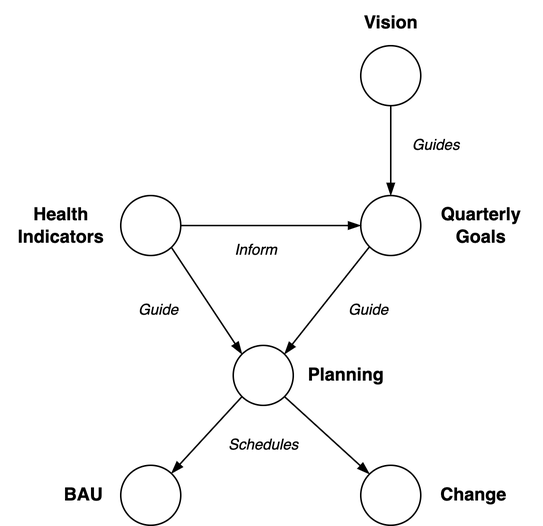
Before: img/goals-to-plans.png, a diagram exported from draw.io (voschezang/coding-handbook). Source tidied: cells renumbered, new cells last; positions are measured from the earlier drawing's top-left corner, leaving out a move shared by most shapes.
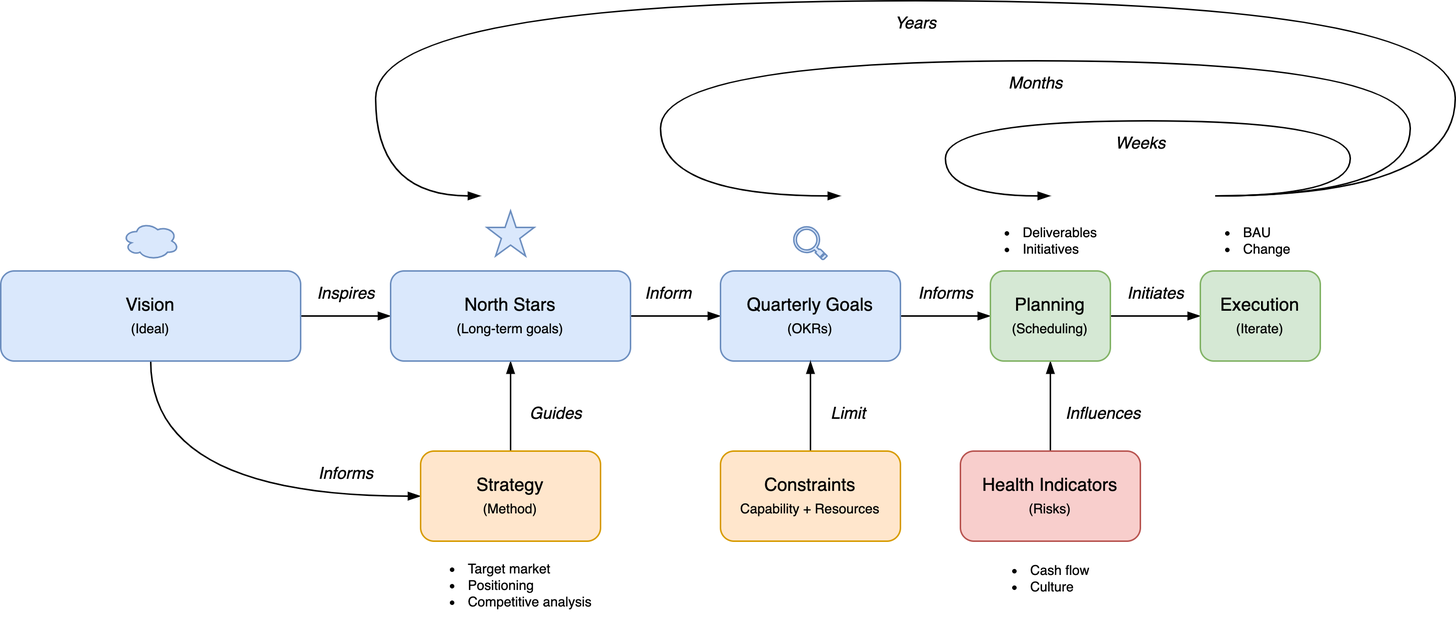
Later version of the same file.

What changed in the source:
```diff
@@ -2,74 +2,143 @@
   <root>
     <mxCell id="0" />
     <mxCell id="1" parent="0" />
-    <mxCell id="2" style="edgeStyle=orthogonalEdgeStyle;rounded=0;jettySize=auto;html=1;exitX=0.5;exitY=1;exitDx=0;exitDy=0;entryX=0.5;entryY=0;entryDx=0;entryDy=0;endArrow=blockThin;endFill=1;" parent="1" edge="1" source="3" target="5">
+    <mxCell id="2" style="edgeStyle=orthogonalEdgeStyle;shape=connector;rounded=0;jettySize=auto;html=1;exitX=1;exitY=0.5;exitDx=0;exitDy=0;entryX=0;entryY=0.5;entryDx=0;entryDy=0;labelBackgroundColor=default;strokeColor=default;fontFamily=Helvetica;fontSize=11;fontColor=default;endArrow=blockThin;endFill=1;" parent="1" edge="1" source="4" target="8">
       <mxGeometry relative="1" as="geometry" />
     </mxCell>
-    <mxCell id="3" style="ellipse;whiteSpace=wrap;html=1;" parent="1" vertex="1">
-      <mxGeometry x="240" y="30" width="40" height="40" as="geometry" />
+    <mxCell id="3" style="edgeStyle=orthogonalEdgeStyle;shape=connector;rounded=0;jettySize=auto;html=1;exitX=0.5;exitY=1;exitDx=0;exitDy=0;entryX=0;entryY=0.5;entryDx=0;entryDy=0;labelBackgroundColor=default;strokeColor=default;fontFamily=Helvetica;fontSize=11;fontColor=default;endArrow=blockThin;endFill=1;curved=1;" parent="1" edge="1" source="4" target="6">
+      <mxGeometry relative="1" as="geometry" />
     </mxCell>
-    <mxCell id="4" value="Vision" style="text;html=1;align=center;verticalAlign=middle;points=[];strokeColor=none;fillColor=none;fontStyle=1;" parent="1" vertex="1">
-      <mxGeometry x="230" width="60" height="30" as="geometry" />
+    <mxCell id="4" value="Vision&lt;br&gt;&lt;font style=&quot;font-size: 9px;&quot;&gt;(Ideal)&lt;/font&gt;" style="rounded=1;whiteSpace=wrap;html=1;fillColor=#dae8fc;strokeColor=#6c8ebf;" parent="1" vertex="1">
+      <mxGeometry x="-80" y="630" width="200" height="60" as="geometry" />
     </mxCell>
-    <mxCell id="5" style="ellipse;whiteSpace=wrap;html=1;" parent="1" vertex="1">
-      <mxGeometry x="240" y="130" width="40" height="40" as="geometry" />
+    <mxCell id="5" style="edgeStyle=orthogonalEdgeStyle;shape=connector;rounded=0;jettySize=auto;html=1;exitX=0.5;exitY=0;exitDx=0;exitDy=0;entryX=0.5;entryY=1;entryDx=0;entryDy=0;labelBackgroundColor=default;strokeColor=default;fontFamily=Helvetica;fontSize=11;fontColor=default;endArrow=blockThin;endFill=1;" parent="1" edge="1" source="6" target="8">
+      <mxGeometry relative="1" as="geometry" />
     </mxCell>
-    <mxCell id="6" style="rounded=0;jettySize=auto;html=1;exitX=0;exitY=1;exitDx=0;exitDy=0;endArrow=blockThin;endFill=1;entryX=1;entryY=0;entryDx=0;entryDy=0;" parent="1" edge="1" source="5" target="9">
-      <mxGeometry relative="1" as="geometry" />
+    <mxCell id="6" value="Strategy&lt;br&gt;&lt;font style=&quot;font-size: 9px;&quot;&gt;(Method)&lt;/font&gt;" style="rounded=1;whiteSpace=wrap;html=1;fillColor=#ffe6cc;strokeColor=#d79b00;" parent="1" vertex="1">
+      <mxGeometry x="200" y="750" width="120" height="60" as="geometry" />
     </mxCell>
-    <mxCell id="7" style="rounded=0;jettySize=auto;html=1;exitX=0;exitY=1;exitDx=0;exitDy=0;entryX=1;entryY=0;entryDx=0;entryDy=0;endArrow=blockThin;endFill=1;" parent="1" edge="1" source="9" target="15">
+    <mxCell id="7" style="edgeStyle=orthogonalEdgeStyle;shape=connector;rounded=0;jettySize=auto;html=1;exitX=1;exitY=0.5;exitDx=0;exitDy=0;entryX=0;entryY=0.5;entryDx=0;entryDy=0;labelBackgroundColor=default;strokeColor=default;fontFamily=Helvetica;fontSize=11;fontColor=default;endArrow=blockThin;endFill=1;" parent="1" edge="1" source="8" target="11">
       <mxGeometry relative="1" as="geometry" />
     </mxCell>
-    <mxCell id="8" style="rounded=0;jettySize=auto;html=1;exitX=1;exitY=1;exitDx=0;exitDy=0;entryX=0;entryY=0;entryDx=0;entryDy=0;endArrow=blockThin;endFill=1;" parent="1" edge="1" source="9" target="20">
-      <mxGeometry relative="1" as="geometry" />
+    <mxCell id="8" value="North Stars&lt;br style=&quot;border-color: var(--border-color);&quot;&gt;&lt;font style=&quot;font-size: 9px;&quot;&gt;(Long-term goals)&lt;/font&gt;" style="rounded=1;whiteSpace=wrap;html=1;fillColor=#dae8fc;strokeColor=#6c8ebf;" parent="1" vertex="1">
+      <mxGeometry x="180" y="630" width="160" height="60" as="geometry" />
     </mxCell>
-    <mxCell id="9" style="ellipse;whiteSpace=wrap;html=1;" parent="1" vertex="1">
-      <mxGeometry x="155" y="230" width="40" height="40" as="geometry" />
+    <mxCell id="9" value="&lt;ul style=&quot;font-size: 9px;&quot;&gt;&lt;li&gt;&lt;span style=&quot;background-color: initial;&quot;&gt;Target market&lt;/span&gt;&lt;/li&gt;&lt;li&gt;&lt;span style=&quot;background-color: initial;&quot;&gt;Positioning&lt;/span&gt;&lt;br&gt;&lt;/li&gt;&lt;li&gt;Competitive analysis&lt;/li&gt;&lt;/ul&gt;" style="text;html=1;align=left;verticalAlign=middle;points=[];strokeColor=none;fillColor=none;" parent="1" vertex="1">
+      <mxGeometry x="190" y="810" width="150" height="60" as="geometry" />
     </mxCell>
-    <mxCell id="10" value="Guides" style="text;html=1;align=center;verticalAlign=middle;strokeColor=none;fillColor=none;fontStyle=2;fontSize=10;" parent="1" vertex="1">
-      <mxGeometry x="260" y="80" width="60" height="30" as="geometry" />
+    <mxCell id="10" style="edgeStyle=orthogonalEdgeStyle;shape=connector;rounded=0;jettySize=auto;html=1;exitX=1;exitY=0.5;exitDx=0;exitDy=0;entryX=0;entryY=0.5;entryDx=0;entryDy=0;labelBackgroundColor=default;strokeColor=default;fontFamily=Helvetica;fontSize=11;fontColor=default;endArrow=blockThin;endFill=1;" parent="1" edge="1" source="11" target="15">
+      <mxGeometry relative="1" as="geometry" />
     </mxCell>
-    <mxCell id="11" value="Guide" style="text;html=1;align=center;verticalAlign=middle;points=[];strokeColor=none;fillColor=none;fontStyle=2;fontSize=10;" parent="1" vertex="1">
-      <mxGeometry x="80" y="190" width="50" height="30" as="geometry" />
+    <mxCell id="11" value="Quarterly Goals&lt;br&gt;&lt;font style=&quot;font-size: 9px;&quot;&gt;(OKRs)&lt;/font&gt;" style="rounded=1;whiteSpace=wrap;html=1;fillColor=#dae8fc;strokeColor=#6c8ebf;" parent="1" vertex="1">
+      <mxGeometry x="400" y="630" width="120" height="60" as="geometry" />
     </mxCell>
-    <mxCell id="12" style="edgeStyle=orthogonalEdgeStyle;rounded=0;jettySize=auto;html=1;exitX=1;exitY=0.5;exitDx=0;exitDy=0;entryX=0;entryY=0.5;entryDx=0;entryDy=0;endArrow=blockThin;endFill=1;" parent="1" edge="1" source="13" target="5">
+    <mxCell id="12" style="edgeStyle=orthogonalEdgeStyle;shape=connector;rounded=0;jettySize=auto;html=1;exitX=0.5;exitY=0;exitDx=0;exitDy=0;entryX=0.5;entryY=1;entryDx=0;entryDy=0;labelBackgroundColor=default;strokeColor=default;fontFamily=Helvetica;fontSize=11;fontColor=default;endArrow=blockThin;endFill=1;" parent="1" edge="1" source="13" target="15">
       <mxGeometry relative="1" as="geometry" />
     </mxCell>
-    <mxCell id="13" style="ellipse;whiteSpace=wrap;html=1;" parent="1" vertex="1">
-      <mxGeometry x="80" y="130" width="40" height="40" as="geometry" />
+    <mxCell id="13" value="Health Indicators&lt;br&gt;&lt;font style=&quot;font-size: 9px;&quot;&gt;(Risks)&lt;/font&gt;" style="rounded=1;whiteSpace=wrap;html=1;fillColor=#f8cecc;strokeColor=#b85450;" parent="1" vertex="1">
+      <mxGeometry x="560" y="750" width="120" height="60" as="geometry" />
     </mxCell>
-    <mxCell id="14" style="rounded=0;jettySize=auto;html=1;exitX=1;exitY=1;exitDx=0;exitDy=0;entryX=0;entryY=0;entryDx=0;entryDy=0;endArrow=blockThin;endFill=1;" parent="1" edge="1" source="13" target="9">
+    <mxCell id="14" style="edgeStyle=orthogonalEdgeStyle;shape=connector;rounded=0;jettySize=auto;html=1;exitX=1;exitY=0.5;exitDx=0;exitDy=0;entryX=0;entryY=0.5;entryDx=0;entryDy=0;labelBackgroundColor=default;strokeColor=default;fontFamily=Helvetica;fontSize=11;fontColor=default;endArrow=blockThin;endFill=1;" parent="1" edge="1" source="15" target="16">
       <mxGeometry relative="1" as="geometry" />
     </mxCell>
-    <mxCell id="15" style="ellipse;whiteSpace=wrap;html=1;" parent="1" vertex="1">
-      <mxGeometry x="80" y="310" width="40" height="40" as="geometry" />
+    <mxCell id="15" value="Planning&lt;br&gt;&lt;font style=&quot;font-size: 9px;&quot;&gt;(Scheduling)&lt;/font&gt;" style="rounded=1;whiteSpace=wrap;html=1;fillColor=#d5e8d4;strokeColor=#82b366;" parent="1" vertex="1">
+      <mxGeometry x="580" y="630" width="80" height="60" as="geometry" />
     </mxCell>
-    <mxCell id="16" value="Health&lt;br&gt;Indicators" style="text;html=1;align=center;verticalAlign=middle;points=[];strokeColor=none;fillColor=none;fontStyle=1;" parent="1" vertex="1">
-      <mxGeometry y="130" width="80" height="40" as="geometry" />
+    <mxCell id="16" value="Execution&lt;br&gt;&lt;font style=&quot;font-size: 9px;&quot;&gt;(Iterate)&lt;/font&gt;" style="rounded=1;whiteSpace=wrap;html=1;fillColor=#d5e8d4;strokeColor=#82b366;" parent="1" vertex="1">
+      <mxGeometry x="720" y="630" width="80" height="60" as="geometry" />
     </mxCell>
-    <mxCell id="17" value="Quarterly&lt;br&gt;Goals" style="text;html=1;align=center;verticalAlign=middle;strokeColor=none;fillColor=none;fontStyle=1;" parent="1" vertex="1">
-      <mxGeometry x="280" y="130" width="80" height="40" as="geometry" />
+    <mxCell id="17" value="Inspires" style="text;html=1;align=center;verticalAlign=middle;strokeColor=none;fillColor=none;fontSize=11;fontFamily=Helvetica;fontColor=default;fontStyle=2;" parent="1" vertex="1">
+      <mxGeometry x="120" y="630" width="60" height="30" as="geometry" />
     </mxCell>
-    <mxCell id="18" value="Inform" style="text;html=1;align=center;verticalAlign=middle;strokeColor=none;fillColor=none;fontStyle=2;fontSize=10;" parent="1" vertex="1">
-      <mxGeometry x="145" y="150" width="50" height="30" as="geometry" />
+    <mxCell id="18" value="Inform" style="text;html=1;align=center;verticalAlign=middle;strokeColor=none;fillColor=none;fontSize=11;fontFamily=Helvetica;fontColor=default;fontStyle=2;" parent="1" vertex="1">
+      <mxGeometry x="340" y="630" width="50" height="30" as="geometry" />
     </mxCell>
-    <mxCell id="19" value="Planning" style="text;html=1;align=center;verticalAlign=middle;strokeColor=none;fillColor=none;fontStyle=1;" parent="1" vertex="1">
-      <mxGeometry x="195" y="235" width="70" height="30" as="geometry" />
+    <mxCell id="19" value="Informs" style="text;html=1;align=center;verticalAlign=middle;strokeColor=none;fillColor=none;fontSize=11;fontFamily=Helvetica;fontColor=default;fontStyle=2;" parent="1" vertex="1">
+      <mxGeometry x="520" y="630" width="60" height="30" as="geometry" />
     </mxCell>
-    <mxCell id="20" style="ellipse;whiteSpace=wrap;html=1;" parent="1" vertex="1">
-      <mxGeometry x="240" y="310" width="40" height="40" as="geometry" />
+    <mxCell id="20" value="Limit" style="text;html=1;align=center;verticalAlign=middle;points=[];strokeColor=none;fillColor=none;fontSize=11;fontFamily=Helvetica;fontColor=default;fontStyle=2;" parent="1" vertex="1">
+      <mxGeometry x="460" y="710" width="50" height="30" as="geometry" />
     </mxCell>
-    <mxCell id="21" value="Change" style="text;html=1;align=center;verticalAlign=middle;strokeColor=none;fillColor=none;fontStyle=1;" parent="1" vertex="1">
-      <mxGeometry x="280" y="315" width="70" height="30" as="geometry" />
+    <mxCell id="21" style="edgeStyle=orthogonalEdgeStyle;shape=connector;rounded=0;jettySize=auto;html=1;exitX=0.5;exitY=0;exitDx=0;exitDy=0;entryX=0.5;entryY=1;entryDx=0;entryDy=0;labelBackgroundColor=default;strokeColor=default;fontFamily=Helvetica;fontSize=11;fontColor=default;endArrow=blockThin;endFill=1;" parent="1" edge="1" source="22" target="11">
+      <mxGeometry relative="1" as="geometry" />
     </mxCell>
-    <mxCell id="22" value="Schedules" style="text;html=1;align=center;verticalAlign=middle;points=[];strokeColor=none;fillColor=none;fontStyle=2;fontSize=10;" parent="1" vertex="1">
-      <mxGeometry x="140" y="280" width="70" height="30" as="geometry" />
+    <mxCell id="22" value="Constraints&lt;br&gt;&lt;font style=&quot;font-size: 9px;&quot;&gt;Capability + Resources&lt;/font&gt;" style="rounded=1;whiteSpace=wrap;html=1;fillColor=#ffe6cc;strokeColor=#d79b00;" parent="1" vertex="1">
+      <mxGeometry x="400" y="750" width="120" height="60" as="geometry" />
     </mxCell>
-    <mxCell id="23" value="BAU" style="text;html=1;align=center;verticalAlign=middle;strokeColor=none;fillColor=none;fontStyle=1;" parent="1" vertex="1">
-      <mxGeometry x="30" y="315" width="50" height="30" as="geometry" />
+    <mxCell id="23" value="Initiates" style="text;html=1;align=center;verticalAlign=middle;strokeColor=none;fillColor=none;fontSize=11;fontFamily=Helvetica;fontColor=default;fontStyle=2;" parent="1" vertex="1">
+      <mxGeometry x="660" y="630" width="60" height="30" as="geometry" />
     </mxCell>
-    <mxCell id="24" value="Guide" style="text;html=1;align=center;verticalAlign=middle;strokeColor=none;fillColor=none;fontStyle=2;fontSize=10;" parent="1" vertex="1">
-      <mxGeometry x="220" y="190" width="50" height="30" as="geometry" />
+    <mxCell id="24" value="&lt;ul style=&quot;font-size: 9px;&quot;&gt;&lt;li&gt;Deliverables&lt;/li&gt;&lt;li&gt;Initiatives&lt;/li&gt;&lt;/ul&gt;" style="text;html=1;align=left;verticalAlign=middle;strokeColor=none;fillColor=none;" parent="1" vertex="1">
+      <mxGeometry x="560" y="585" width="110" height="50" as="geometry" />
     </mxCell>
+    <mxCell id="25" value="Influences" style="text;html=1;align=center;verticalAlign=middle;strokeColor=none;fillColor=none;fontSize=11;fontFamily=Helvetica;fontColor=default;fontStyle=2;" parent="1" vertex="1">
+      <mxGeometry x="620" y="710" width="70" height="30" as="geometry" />
+    </mxCell>
+    <mxCell id="26" value="&lt;ul style=&quot;font-size: 9px;&quot;&gt;&lt;li&gt;Cash flow&lt;/li&gt;&lt;li&gt;Culture&lt;/li&gt;&lt;/ul&gt;" style="text;html=1;align=left;verticalAlign=middle;strokeColor=none;fillColor=none;" parent="1" vertex="1">
+      <mxGeometry x="565" y="810" width="100" height="50" as="geometry" />
+    </mxCell>
+    <mxCell id="27" style="endArrow=blockThin;html=1;rounded=0;labelBackgroundColor=default;strokeColor=default;fontFamily=Helvetica;fontSize=11;fontColor=default;shape=connector;endFill=1;edgeStyle=orthogonalEdgeStyle;curved=1;" parent="1" edge="1">
+      <mxGeometry relative="1" as="geometry">
+        <mxPoint x="730" y="580" as="sourcePoint" />
+        <mxPoint x="620" y="580" as="targetPoint" />
+        <Array as="points">
+          <mxPoint x="820" y="580" />
+          <mxPoint x="820" y="530" />
+          <mxPoint x="550" y="530" />
+          <mxPoint x="550" y="580" />
+        </Array>
+      </mxGeometry>
+    </mxCell>
+    <mxCell id="28" style="endArrow=blockThin;html=1;rounded=0;labelBackgroundColor=default;strokeColor=default;fontFamily=Helvetica;fontSize=11;fontColor=default;shape=connector;endFill=1;edgeStyle=orthogonalEdgeStyle;curved=1;" parent="1" edge="1">
+      <mxGeometry relative="1" as="geometry">
+        <mxPoint x="730" y="580" as="sourcePoint" />
+        <mxPoint x="480" y="580" as="targetPoint" />
+        <Array as="points">
+          <mxPoint x="860" y="580" />
+          <mxPoint x="860" y="490" />
+          <mxPoint x="360" y="490" />
+          <mxPoint x="360" y="580" />
+        </Array>
+      </mxGeometry>
+    </mxCell>
+    <mxCell id="29" style="endArrow=blockThin;html=1;rounded=0;labelBackgroundColor=default;strokeColor=default;fontFamily=Helvetica;fontSize=11;fontColor=default;shape=connector;endFill=1;edgeStyle=orthogonalEdgeStyle;curved=1;" parent="1" edge="1">
+      <mxGeometry relative="1" as="geometry">
+        <mxPoint x="730" y="580" as="sourcePoint" />
+        <mxPoint x="240" y="580" as="targetPoint" />
+        <Array as="points">
+          <mxPoint x="890" y="580" />
+          <mxPoint x="890" y="450" />
+          <mxPoint x="170" y="450" />
+          <mxPoint x="170" y="580" />
+        </Array>
+      </mxGeometry>
+    </mxCell>
+    <mxCell id="30" value="Weeks" style="text;html=1;align=center;verticalAlign=middle;strokeColor=none;fillColor=none;fontSize=11;fontFamily=Helvetica;fontColor=default;fontStyle=2;" parent="1" vertex="1">
+      <mxGeometry x="650" y="530" width="60" height="30" as="geometry" />
+    </mxCell>
+    <mxCell id="31" value="Months" style="text;html=1;align=center;verticalAlign=middle;strokeColor=none;fillColor=none;fontSize=11;fontFamily=Helvetica;fontColor=default;fontStyle=2;" parent="1" vertex="1">
+      <mxGeometry x="580" y="490" width="60" height="30" as="geometry" />
+    </mxCell>
+    <mxCell id="32" value="Years" style="text;html=1;align=center;verticalAlign=middle;strokeColor=none;fillColor=none;fontSize=11;fontFamily=Helvetica;fontColor=default;fontStyle=2;" parent="1" vertex="1">
+      <mxGeometry x="505" y="450" width="50" height="30" as="geometry" />
+    </mxCell>
+    <mxCell id="33" value="Informs" style="text;html=1;align=center;verticalAlign=middle;strokeColor=none;fillColor=none;fontSize=11;fontFamily=Helvetica;fontColor=default;fontStyle=2;" parent="1" vertex="1">
+      <mxGeometry x="120" y="750" width="60" height="30" as="geometry" />
+    </mxCell>
+    <mxCell id="34" value="Guides" style="text;html=1;align=center;verticalAlign=middle;strokeColor=none;fillColor=none;fontSize=11;fontFamily=Helvetica;fontColor=default;fontStyle=2;" parent="1" vertex="1">
+      <mxGeometry x="260" y="710" width="60" height="30" as="geometry" />
+    </mxCell>
+    <mxCell id="35" style="verticalLabelPosition=bottom;verticalAlign=top;html=1;shape=mxgraph.basic.star;fontFamily=Helvetica;fontSize=11;fillColor=#dae8fc;strokeColor=#6c8ebf;" parent="1" vertex="1">
+      <mxGeometry x="244.2" y="590" width="31.6" height="30" as="geometry" />
+    </mxCell>
+    <mxCell id="36" style="ellipse;shape=cloud;whiteSpace=wrap;html=1;fontFamily=Helvetica;fontSize=11;fillColor=#dae8fc;strokeColor=#6c8ebf;" parent="1" vertex="1">
+      <mxGeometry x="1.2" y="597.5" width="37.5" height="25" as="geometry" />
+    </mxCell>
+    <mxCell id="37" style="shadow=0;dashed=0;html=1;strokeColor=#6c8ebf;fillColor=#dae8fc;labelPosition=center;verticalLabelPosition=bottom;verticalAlign=top;align=center;shape=mxgraph.veeam.magnifying_glass;fontFamily=Helvetica;fontSize=11;" parent="1" vertex="1">
+      <mxGeometry x="448.9" y="600.6" width="22.2" height="21.9" as="geometry" />
+    </mxCell>
+    <mxCell id="38" value="&lt;ul style=&quot;font-size: 9px;&quot;&gt;&lt;li&gt;BAU&lt;/li&gt;&lt;li&gt;Change&lt;/li&gt;&lt;/ul&gt;" style="text;html=1;align=left;verticalAlign=middle;strokeColor=none;fillColor=none;" parent="1" vertex="1">
+      <mxGeometry x="707" y="585" width="100" height="50" as="geometry" />
+    </mxCell>
   </root>
 </mxGraphModel>
```
